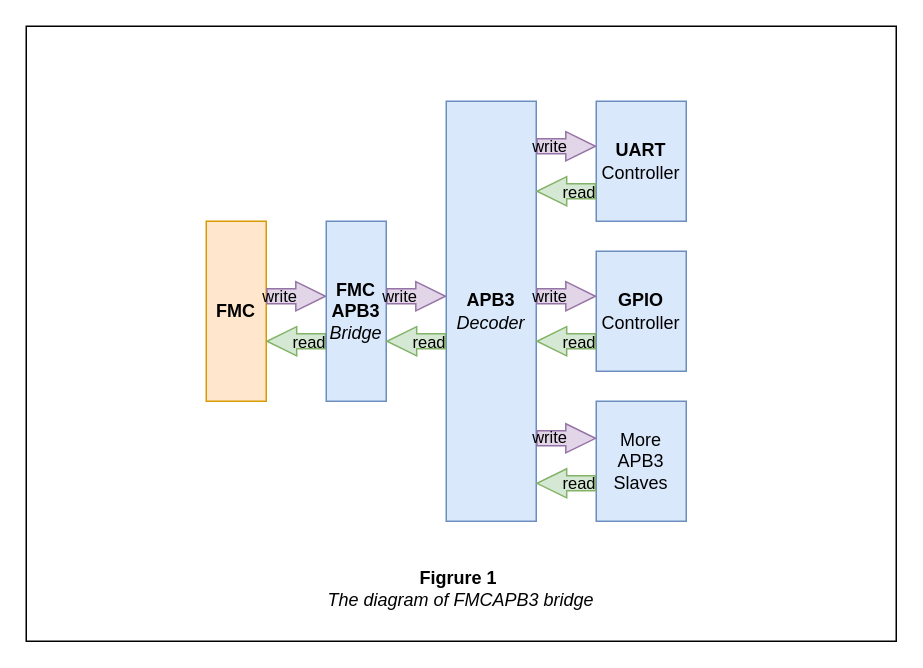
Earlier version of the draw.io diagram img/diagram.drawio (Sakura-Pi/fmcapb3). Source tidied: cells renumbered, new cells numbered last; positions are measured from the earlier drawing's top-left corner, leaving out a move shared by most shapes. Both pictures are drawn from the tidied source at 150%, with x=0, y=0 at pixel (26, 26).
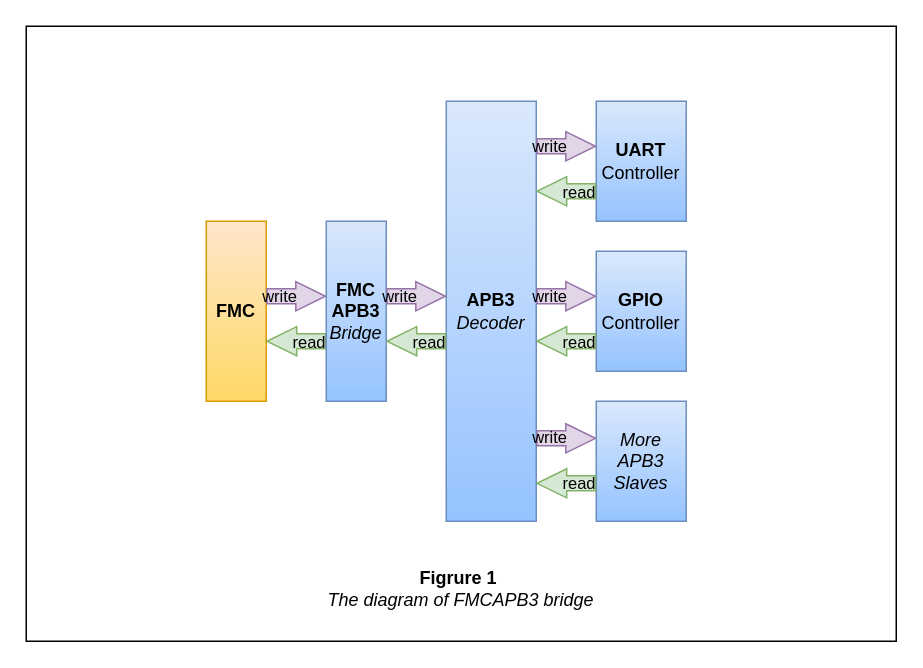
After the change.

Unchanged cells that the change refers to:
```xml
<mxCell id="4" style="shape=flexArrow;endArrow=classic;html=1;rounded=0;endWidth=8.4;endSize=6.268;fillColor=#e1d5e7;strokeColor=#9673a6;" parent="1" edge="1">
  <mxGeometry relative="1" as="geometry">
    <mxPoint x="160" y="180" as="sourcePoint" />
    <mxPoint x="200" y="180" as="targetPoint" />
  </mxGeometry>
</mxCell>
<mxCell id="6" style="shape=flexArrow;endArrow=classic;html=1;rounded=0;endWidth=8.4;endSize=6.268;entryX=1;entryY=0.75;entryDx=0;entryDy=0;fillColor=#d5e8d4;strokeColor=#82b366;" parent="1" edge="1">
  <mxGeometry relative="1" as="geometry">
    <mxPoint x="200" y="210" as="sourcePoint" />
    <mxPoint x="160" y="210" as="targetPoint" />
  </mxGeometry>
</mxCell>
<mxCell id="13" style="shape=flexArrow;endArrow=classic;html=1;rounded=0;endWidth=8.4;endSize=6.268;fillColor=#e1d5e7;strokeColor=#9673a6;" parent="1" edge="1">
  <mxGeometry relative="1" as="geometry">
    <mxPoint x="240" y="180" as="sourcePoint" />
    <mxPoint x="280" y="180" as="targetPoint" />
  </mxGeometry>
</mxCell>
<mxCell id="15" style="shape=flexArrow;endArrow=classic;html=1;rounded=0;endWidth=8.4;endSize=6.268;entryX=1;entryY=0.75;entryDx=0;entryDy=0;fillColor=#d5e8d4;strokeColor=#82b366;" parent="1" edge="1">
  <mxGeometry relative="1" as="geometry">
    <mxPoint x="280" y="210" as="sourcePoint" />
    <mxPoint x="240" y="210" as="targetPoint" />
  </mxGeometry>
</mxCell>
<mxCell id="17" style="shape=flexArrow;endArrow=classic;html=1;rounded=0;endWidth=8.4;endSize=6.268;fillColor=#e1d5e7;strokeColor=#9673a6;" parent="1" edge="1">
  <mxGeometry relative="1" as="geometry">
    <mxPoint x="340" y="80" as="sourcePoint" />
    <mxPoint x="380" y="80" as="targetPoint" />
  </mxGeometry>
</mxCell>
<mxCell id="19" style="shape=flexArrow;endArrow=classic;html=1;rounded=0;endWidth=8.4;endSize=6.268;entryX=1;entryY=0.75;entryDx=0;entryDy=0;fillColor=#d5e8d4;strokeColor=#82b366;" parent="1" edge="1">
  <mxGeometry relative="1" as="geometry">
    <mxPoint x="380" y="110" as="sourcePoint" />
    <mxPoint x="340" y="110" as="targetPoint" />
  </mxGeometry>
</mxCell>
<mxCell id="21" style="shape=flexArrow;endArrow=classic;html=1;rounded=0;endWidth=8.4;endSize=6.268;fillColor=#e1d5e7;strokeColor=#9673a6;" parent="1" edge="1">
  <mxGeometry relative="1" as="geometry">
    <mxPoint x="340" y="180" as="sourcePoint" />
    <mxPoint x="380" y="180" as="targetPoint" />
  </mxGeometry>
</mxCell>
<mxCell id="23" style="shape=flexArrow;endArrow=classic;html=1;rounded=0;endWidth=8.4;endSize=6.268;entryX=1;entryY=0.75;entryDx=0;entryDy=0;fillColor=#d5e8d4;strokeColor=#82b366;" parent="1" edge="1">
  <mxGeometry relative="1" as="geometry">
    <mxPoint x="380" y="210" as="sourcePoint" />
    <mxPoint x="340" y="210" as="targetPoint" />
  </mxGeometry>
</mxCell>
<mxCell id="25" style="shape=flexArrow;endArrow=classic;html=1;rounded=0;endWidth=8.4;endSize=6.268;fillColor=#e1d5e7;strokeColor=#9673a6;" parent="1" edge="1">
  <mxGeometry relative="1" as="geometry">
    <mxPoint x="340" y="274.7" as="sourcePoint" />
    <mxPoint x="380" y="274.7" as="targetPoint" />
  </mxGeometry>
</mxCell>
<mxCell id="27" style="shape=flexArrow;endArrow=classic;html=1;rounded=0;endWidth=8.4;endSize=6.268;entryX=1;entryY=0.75;entryDx=0;entryDy=0;fillColor=#d5e8d4;strokeColor=#82b366;" parent="1" edge="1">
  <mxGeometry relative="1" as="geometry">
    <mxPoint x="380" y="304.7" as="sourcePoint" />
    <mxPoint x="340" y="304.7" as="targetPoint" />
  </mxGeometry>
</mxCell>
```

Diff of the diagram source:
```diff
@@
-    <mxCell id="3" value="&lt;b&gt;FMC&lt;/b&gt;" style="rounded=0;whiteSpace=wrap;html=1;fillColor=#ffe6cc;strokeColor=#d79b00;" parent="1" vertex="1">
+    <mxCell id="3" value="&lt;b&gt;FMC&lt;/b&gt;" style="rounded=0;whiteSpace=wrap;html=1;fillColor=#ffe6cc;strokeColor=#d79b00;gradientColor=#FFD966;fontColor=light-dark(#000000,#000000);" parent="1" vertex="1">
       <mxGeometry x="120" y="130" width="40" height="120" as="geometry" />
     </mxCell>
@@
-    <mxCell id="5" value="write" style="edgeLabel;html=1;align=right;verticalAlign=middle;labelBackgroundColor=none;" parent="4" vertex="1">
+    <mxCell id="5" value="write" style="edgeLabel;html=1;align=right;verticalAlign=middle;labelBackgroundColor=none;fontColor=light-dark(#000000,#000000);" parent="4" vertex="1">
       <mxGeometry x="0.07" y="1" relative="1" as="geometry" />
     </mxCell>
@@
-    <mxCell id="7" value="read&amp;nbsp;" style="edgeLabel;html=1;align=left;verticalAlign=middle;labelBackgroundColor=none;" parent="6" vertex="1">
+    <mxCell id="7" value="read&amp;nbsp;" style="edgeLabel;html=1;align=left;verticalAlign=middle;labelBackgroundColor=none;fontColor=light-dark(#000000,#000000);" parent="6" vertex="1">
       <mxGeometry x="0.22" relative="1" as="geometry" />
     </mxCell>
-    <mxCell id="8" value="&lt;b&gt;FMC&lt;/b&gt;&lt;div&gt;&lt;b&gt;APB3&lt;/b&gt;&lt;/div&gt;&lt;div&gt;&lt;i&gt;Bridge&lt;/i&gt;&lt;/div&gt;" style="rounded=0;whiteSpace=wrap;html=1;fillColor=#dae8fc;strokeColor=#6c8ebf;" parent="1" vertex="1">
+    <mxCell id="8" value="&lt;b&gt;FMC&lt;/b&gt;&lt;div&gt;&lt;b&gt;APB3&lt;/b&gt;&lt;/div&gt;&lt;div&gt;&lt;i&gt;Bridge&lt;/i&gt;&lt;/div&gt;" style="rounded=0;whiteSpace=wrap;html=1;fillColor=#dae8fc;strokeColor=#6c8ebf;gradientColor=#95C3FF;fontColor=light-dark(#000000,#000000);" parent="1" vertex="1">
       <mxGeometry x="200" y="130" width="40" height="120" as="geometry" />
     </mxCell>
-    <mxCell id="9" value="&lt;b&gt;APB3&lt;/b&gt;&lt;div&gt;&lt;i&gt;Decoder&lt;/i&gt;&lt;/div&gt;" style="rounded=0;whiteSpace=wrap;html=1;fillColor=#dae8fc;strokeColor=#6c8ebf;" parent="1" vertex="1">
+    <mxCell id="9" value="&lt;b&gt;APB3&lt;/b&gt;&lt;div&gt;&lt;i&gt;Decoder&lt;/i&gt;&lt;/div&gt;" style="rounded=0;whiteSpace=wrap;html=1;fillColor=#dae8fc;strokeColor=#6c8ebf;gradientColor=#95C3FF;fontColor=light-dark(#000000,#000000);" parent="1" vertex="1">
       <mxGeometry x="280" y="50" width="60" height="280" as="geometry" />
     </mxCell>
-    <mxCell id="10" value="&lt;b&gt;UART&lt;/b&gt;&lt;div&gt;Controller&lt;/div&gt;" style="rounded=0;whiteSpace=wrap;html=1;fillColor=#dae8fc;strokeColor=#6c8ebf;" parent="1" vertex="1">
+    <mxCell id="10" value="&lt;b&gt;UART&lt;/b&gt;&lt;div&gt;Controller&lt;/div&gt;" style="rounded=0;whiteSpace=wrap;html=1;fillColor=#dae8fc;strokeColor=#6c8ebf;gradientColor=#95C3FF;fontColor=light-dark(#000000,#000000);" parent="1" vertex="1">
       <mxGeometry x="380" y="50" width="60" height="80" as="geometry" />
     </mxCell>
-    <mxCell id="11" value="&lt;b&gt;GPIO&lt;/b&gt;&lt;div&gt;Controller&lt;/div&gt;" style="rounded=0;whiteSpace=wrap;html=1;fillColor=#dae8fc;strokeColor=#6c8ebf;" parent="1" vertex="1">
+    <mxCell id="11" value="&lt;b&gt;GPIO&lt;/b&gt;&lt;div&gt;Controller&lt;/div&gt;" style="rounded=0;whiteSpace=wrap;html=1;fillColor=#dae8fc;strokeColor=#6c8ebf;gradientColor=#95C3FF;fontColor=light-dark(#000000,#000000);" parent="1" vertex="1">
       <mxGeometry x="380" y="150" width="60" height="80" as="geometry" />
     </mxCell>
-    <mxCell id="12" value="More APB3&lt;div&gt;Slaves&lt;/div&gt;" style="rounded=0;whiteSpace=wrap;html=1;fillColor=#dae8fc;strokeColor=#6c8ebf;" parent="1" vertex="1">
+    <mxCell id="12" value="More APB3&lt;div&gt;Slaves&lt;/div&gt;" style="rounded=0;whiteSpace=wrap;html=1;fillColor=#dae8fc;strokeColor=#6c8ebf;gradientColor=#95C3FF;fontStyle=2;fontColor=light-dark(#000000,#000000);" parent="1" vertex="1">
       <mxGeometry x="380" y="250" width="60" height="80" as="geometry" />
     </mxCell>
@@
-    <mxCell id="14" value="write" style="edgeLabel;html=1;align=right;verticalAlign=middle;labelBackgroundColor=none;" parent="13" vertex="1">
+    <mxCell id="14" value="write" style="edgeLabel;html=1;align=right;verticalAlign=middle;labelBackgroundColor=none;fontColor=light-dark(#000000,#000000);" parent="13" vertex="1">
       <mxGeometry x="0.07" y="1" relative="1" as="geometry" />
     </mxCell>
@@
-    <mxCell id="16" value="read&amp;nbsp;" style="edgeLabel;html=1;align=left;verticalAlign=middle;labelBackgroundColor=none;" parent="15" vertex="1">
+    <mxCell id="16" value="read&amp;nbsp;" style="edgeLabel;html=1;align=left;verticalAlign=middle;labelBackgroundColor=none;fontColor=light-dark(#000000,#000000);" parent="15" vertex="1">
       <mxGeometry x="0.22" relative="1" as="geometry" />
     </mxCell>
@@
-    <mxCell id="18" value="write" style="edgeLabel;html=1;align=right;verticalAlign=middle;labelBackgroundColor=none;" parent="17" vertex="1">
+    <mxCell id="18" value="write" style="edgeLabel;html=1;align=right;verticalAlign=middle;labelBackgroundColor=none;fontColor=light-dark(#000000,#000000);" parent="17" vertex="1">
       <mxGeometry x="0.07" y="1" relative="1" as="geometry" />
     </mxCell>
@@
-    <mxCell id="20" value="read&amp;nbsp;" style="edgeLabel;html=1;align=left;verticalAlign=middle;labelBackgroundColor=none;" parent="19" vertex="1">
+    <mxCell id="20" value="read&amp;nbsp;" style="edgeLabel;html=1;align=left;verticalAlign=middle;labelBackgroundColor=none;fontColor=light-dark(#000000,#000000);" parent="19" vertex="1">
       <mxGeometry x="0.22" relative="1" as="geometry" />
     </mxCell>
@@
-    <mxCell id="22" value="write" style="edgeLabel;html=1;align=right;verticalAlign=middle;labelBackgroundColor=none;" parent="21" vertex="1">
+    <mxCell id="22" value="write" style="edgeLabel;html=1;align=right;verticalAlign=middle;labelBackgroundColor=none;fontColor=light-dark(#000000,#000000);" parent="21" vertex="1">
       <mxGeometry x="0.07" y="1" relative="1" as="geometry" />
     </mxCell>
@@
-    <mxCell id="24" value="read&amp;nbsp;" style="edgeLabel;html=1;align=left;verticalAlign=middle;labelBackgroundColor=none;" parent="23" vertex="1">
+    <mxCell id="24" value="read&amp;nbsp;" style="edgeLabel;html=1;align=left;verticalAlign=middle;labelBackgroundColor=none;fontColor=light-dark(#000000,#000000);" parent="23" vertex="1">
       <mxGeometry x="0.22" relative="1" as="geometry" />
     </mxCell>
@@
-    <mxCell id="26" value="write" style="edgeLabel;html=1;align=right;verticalAlign=middle;labelBackgroundColor=none;" parent="25" vertex="1">
+    <mxCell id="26" value="write" style="edgeLabel;html=1;align=right;verticalAlign=middle;labelBackgroundColor=none;fontColor=light-dark(#000000,#000000);" parent="25" vertex="1">
       <mxGeometry x="0.07" y="1" relative="1" as="geometry" />
     </mxCell>
@@
-    <mxCell id="28" value="read&amp;nbsp;" style="edgeLabel;html=1;align=left;verticalAlign=middle;labelBackgroundColor=none;" parent="27" vertex="1">
+    <mxCell id="28" value="read&amp;nbsp;" style="edgeLabel;html=1;align=left;verticalAlign=middle;labelBackgroundColor=none;fontColor=light-dark(#000000,#000000);" parent="27" vertex="1">
       <mxGeometry x="0.22" relative="1" as="geometry" />
     </mxCell>
-    <mxCell id="29" value="&lt;b&gt;Figrure 1&amp;nbsp;&lt;/b&gt;&lt;div&gt;&lt;i&gt;The diagram of FMCAPB3 bridge&lt;/i&gt;&lt;/div&gt;" style="text;html=1;align=center;verticalAlign=middle;whiteSpace=wrap;rounded=0;" parent="1" vertex="1">
+    <mxCell id="29" value="&lt;b&gt;Figrure 1&amp;nbsp;&lt;/b&gt;&lt;div&gt;&lt;i&gt;The diagram of FMCAPB3 bridge&lt;/i&gt;&lt;/div&gt;" style="text;html=1;align=center;verticalAlign=middle;whiteSpace=wrap;rounded=0;fontColor=light-dark(#000000,#000000);" parent="1" vertex="1">
       <mxGeometry x="165" y="360" width="250" height="30" as="geometry" />
     </mxCell>
```
